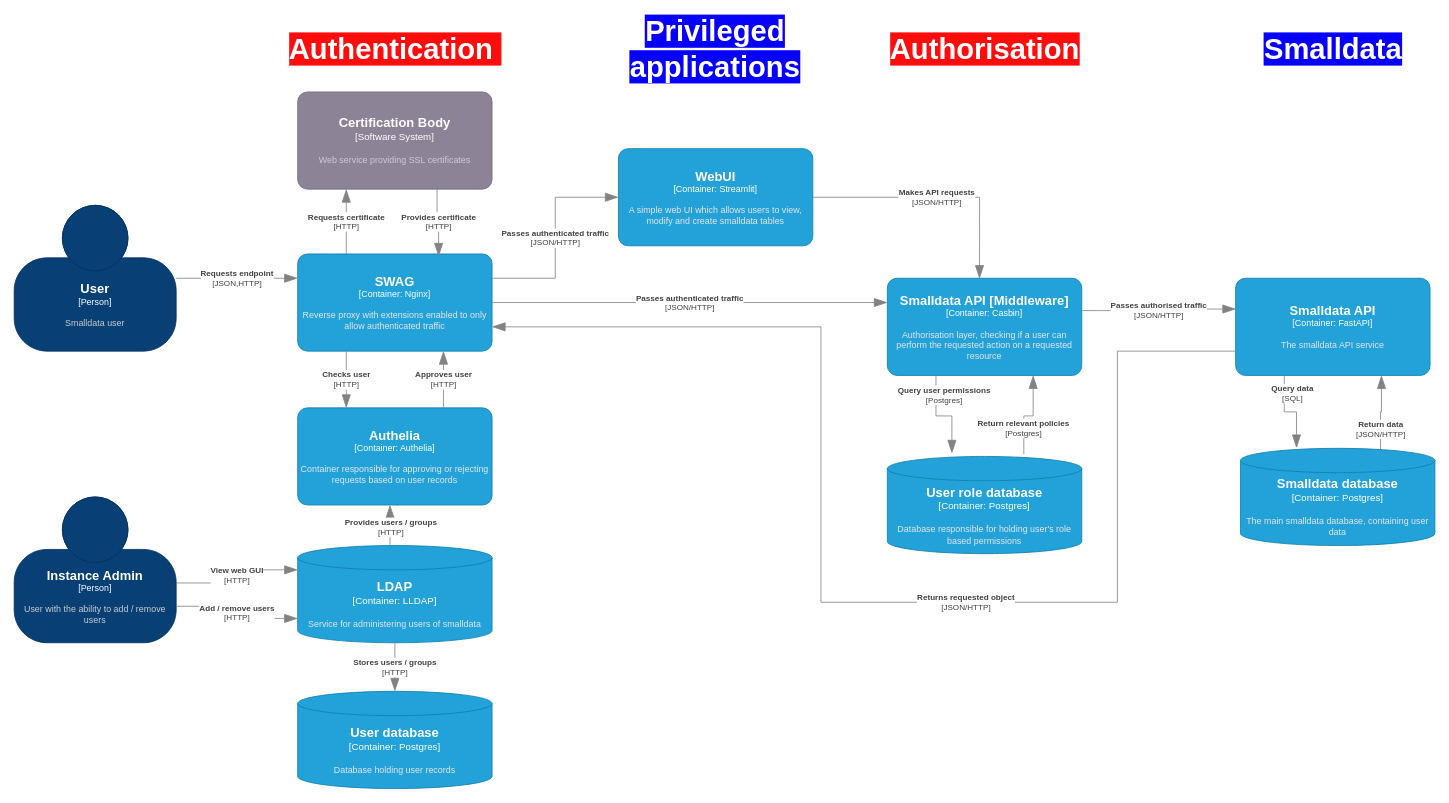
This is page "Authentication" (6 of 6) of Smalldata_io.drawio from OliverWoolland/Diagrams, a draw.io file, before an edit. Source tidied: cells renumbered, new cells numbered last; positions are measured from the earlier drawing's top-left corner, leaving out a move shared by most shapes. Both pictures are drawn from the tidied source at 81%, with x=0, y=0 at pixel (14, 20).
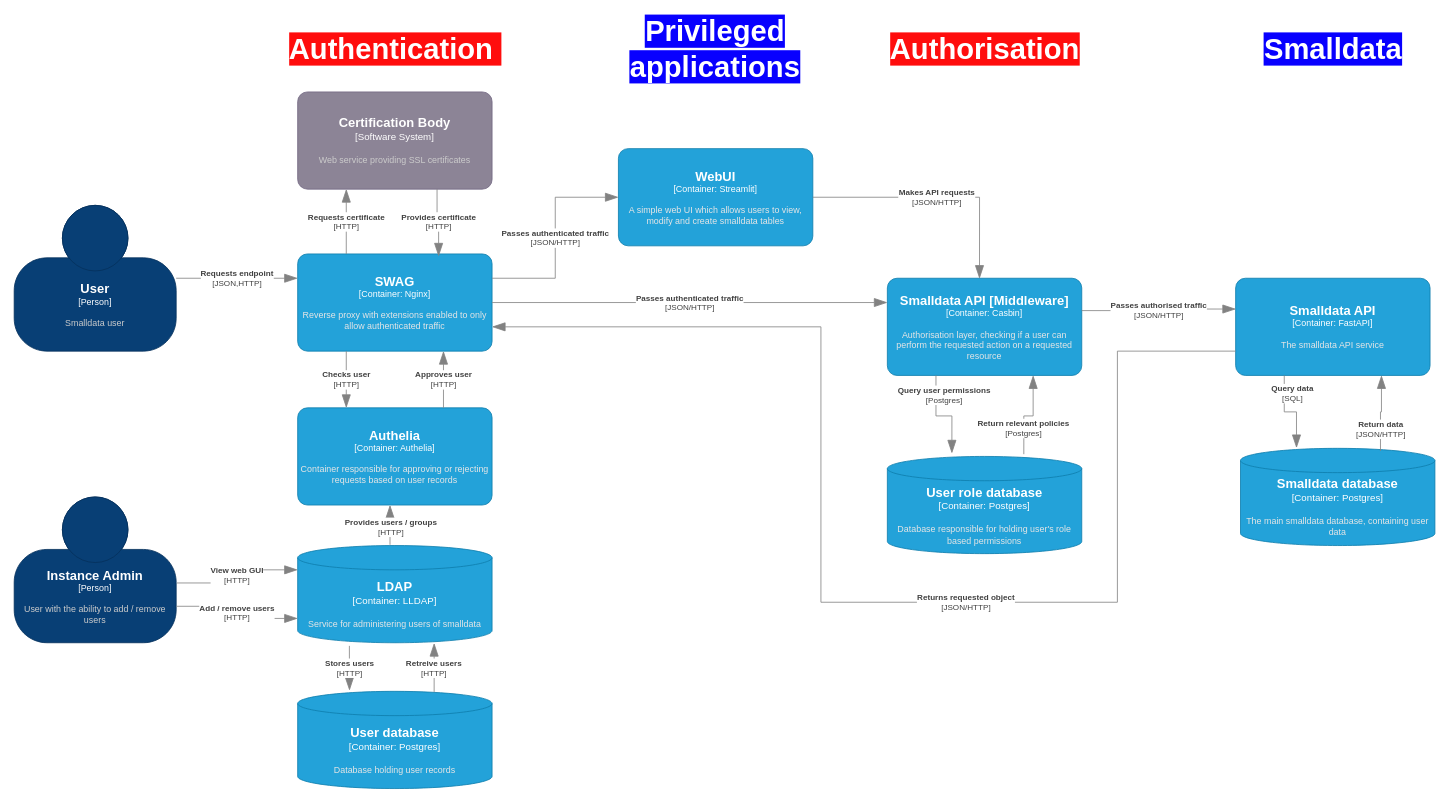
After the change.

The change refers to these unchanged cells:
```xml
<object id="9" label="&lt;font style=&quot;font-size: 16px&quot;&gt;&lt;b&gt;%c4Type%&lt;/b&gt;&lt;/font&gt;&lt;div&gt;[%c4Container%:&amp;nbsp;%c4Technology%]&lt;/div&gt;&lt;br&gt;&lt;div&gt;&lt;font style=&quot;font-size: 11px&quot;&gt;&lt;font color=&quot;#E6E6E6&quot;&gt;%c4Description%&lt;/font&gt;&lt;/div&gt;" c4Container="Container" c4Description="Service for administering users of smalldata" c4Technology="LLDAP" c4Type="LDAP" placeholders="1">
  <mxCell style="shape=cylinder3;size=15;whiteSpace=wrap;html=1;boundedLbl=1;rounded=0;labelBackgroundColor=none;fillColor=#23A2D9;fontSize=12;fontColor=#ffffff;align=center;strokeColor=#0E7DAD;points=[[0.5,0,0],[1,0.25,0],[1,0.5,0],[1,0.75,0],[0.5,1,0],[0,0.75,0],[0,0.5,0],[0,0.25,0]];" parent="1" vertex="1">
    <mxGeometry x="350" y="648" width="240" height="120" as="geometry" />
  </mxCell>
</object>
<object id="24" label="&lt;font style=&quot;font-size: 16px&quot;&gt;&lt;b&gt;%c4Type%&lt;/b&gt;&lt;/font&gt;&lt;div&gt;[%c4Container%:&amp;nbsp;%c4Technology%]&lt;/div&gt;&lt;br&gt;&lt;div&gt;&lt;font style=&quot;font-size: 11px&quot;&gt;&lt;font color=&quot;#E6E6E6&quot;&gt;%c4Description%&lt;/font&gt;&lt;/div&gt;" c4Container="Container" c4Description="Database holding user records" c4Technology="Postgres" c4Type="User database" placeholders="1">
  <mxCell style="shape=cylinder3;size=15;whiteSpace=wrap;html=1;boundedLbl=1;rounded=0;labelBackgroundColor=none;fillColor=#23A2D9;fontSize=12;fontColor=#ffffff;align=center;strokeColor=#0E7DAD;points=[[0.5,0,0],[1,0.25,0],[1,0.5,0],[1,0.75,0],[0.5,1,0],[0,0.75,0],[0,0.5,0],[0,0.25,0]];" parent="1" vertex="1">
    <mxGeometry x="350" y="828" width="240" height="120" as="geometry" />
  </mxCell>
</object>
```

What changed in the source:
```diff
@@
-    <object id="27" label="&lt;div style=&quot;text-align: left&quot;&gt;&lt;div style=&quot;text-align: center&quot;&gt;&lt;b&gt;%c4Description%&lt;/b&gt;&lt;/div&gt;&lt;div style=&quot;text-align: center&quot;&gt;[%c4Technology%]&lt;/div&gt;&lt;/div&gt;" c4Description="Stores users / groups" c4Technology="HTTP" placeholders="1">
-      <mxCell style="endArrow=blockThin;html=1;fontSize=10;fontColor=#404040;strokeWidth=1;endFill=1;strokeColor=#828282;elbow=vertical;endSize=14;startSize=14;jumpStyle=arc;jumpSize=16;rounded=0;edgeStyle=orthogonalEdgeStyle;exitX=0.5;exitY=1;exitDx=0;exitDy=0;exitPerimeter=0;entryX=0.5;entryY=0;entryDx=0;entryDy=0;entryPerimeter=0;" parent="1" edge="1" source="9" target="24">
-        <mxGeometry relative="1" as="geometry" />
+    <object id="27" label="&lt;div style=&quot;text-align: left&quot;&gt;&lt;div style=&quot;text-align: center&quot;&gt;&lt;b&gt;%c4Description%&lt;/b&gt;&lt;/div&gt;&lt;div style=&quot;text-align: center&quot;&gt;[%c4Technology%]&lt;/div&gt;&lt;/div&gt;" c4Description="Stores users " c4Technology="HTTP" placeholders="1">
+      <mxCell style="endArrow=blockThin;html=1;fontSize=10;fontColor=#404040;strokeWidth=1;endFill=1;strokeColor=#828282;elbow=vertical;endSize=14;startSize=14;jumpStyle=arc;jumpSize=16;rounded=0;edgeStyle=orthogonalEdgeStyle;exitX=0.266;exitY=1.032;exitDx=0;exitDy=0;exitPerimeter=0;" parent="1" edge="1" source="9">
+        <mxGeometry relative="1" as="geometry">
+          <mxPoint x="414" y="827" as="targetPoint" />
+        </mxGeometry>
       </mxCell>
     </object>
@@
+    <object id="36" label="&lt;div style=&quot;text-align: left&quot;&gt;&lt;div style=&quot;text-align: center&quot;&gt;&lt;b&gt;%c4Description%&lt;/b&gt;&lt;/div&gt;&lt;div style=&quot;text-align: center&quot;&gt;[%c4Technology%]&lt;/div&gt;&lt;/div&gt;" c4Description="Retreive users" c4Technology="HTTP" placeholders="1">
+      <mxCell style="endArrow=blockThin;html=1;fontSize=10;fontColor=#404040;strokeWidth=1;endFill=1;strokeColor=#828282;elbow=vertical;endSize=14;startSize=14;jumpStyle=arc;jumpSize=16;rounded=0;edgeStyle=orthogonalEdgeStyle;entryX=0.702;entryY=1.004;entryDx=0;entryDy=0;entryPerimeter=0;exitX=0.702;exitY=0.006;exitDx=0;exitDy=0;exitPerimeter=0;" parent="1" edge="1" source="24" target="9">
+        <mxGeometry relative="1" as="geometry" />
+      </mxCell>
+    </object>
```
